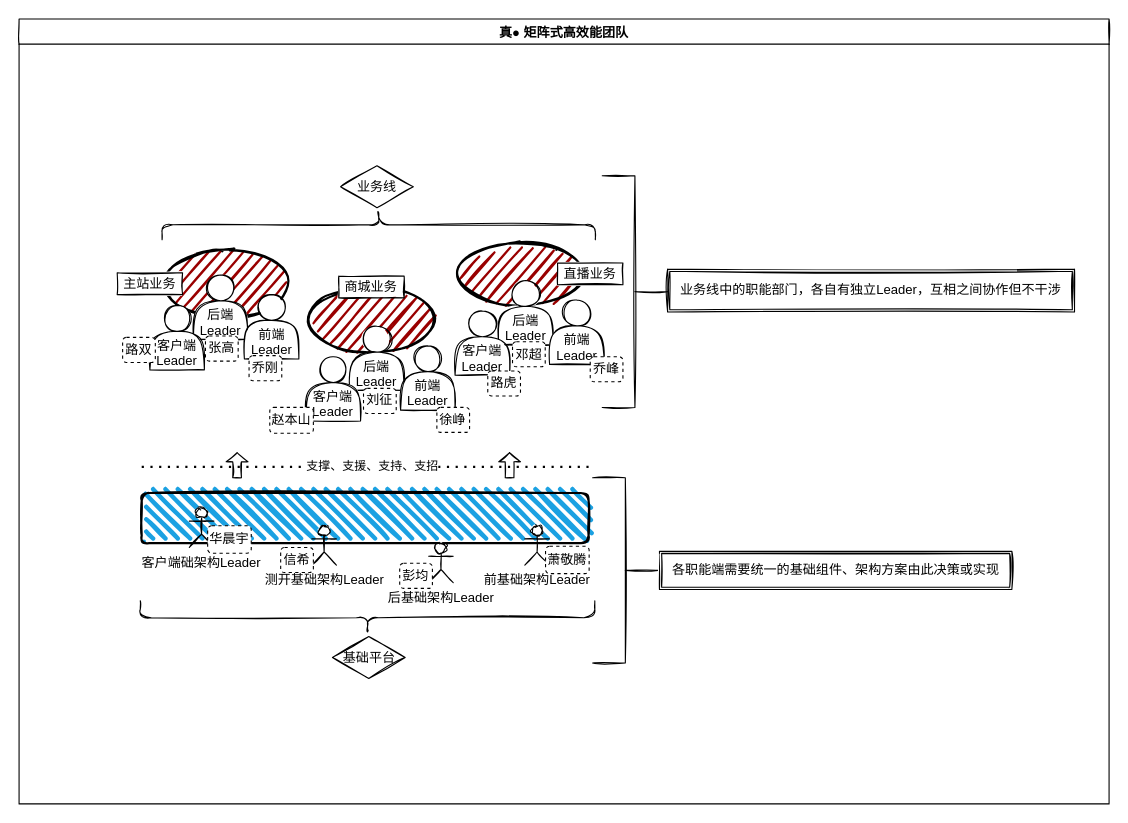
Earlier version of the draw.io diagram 真矩阵式高效能团队.drawio (sohanyu/drawio). Source tidied: cells renumbered, new cells numbered last; positions are measured from the earlier drawing's top-left corner, leaving out a move shared by most shapes. Both pictures are drawn from the tidied source at 109%, with x=0, y=0 at pixel (19, 8).
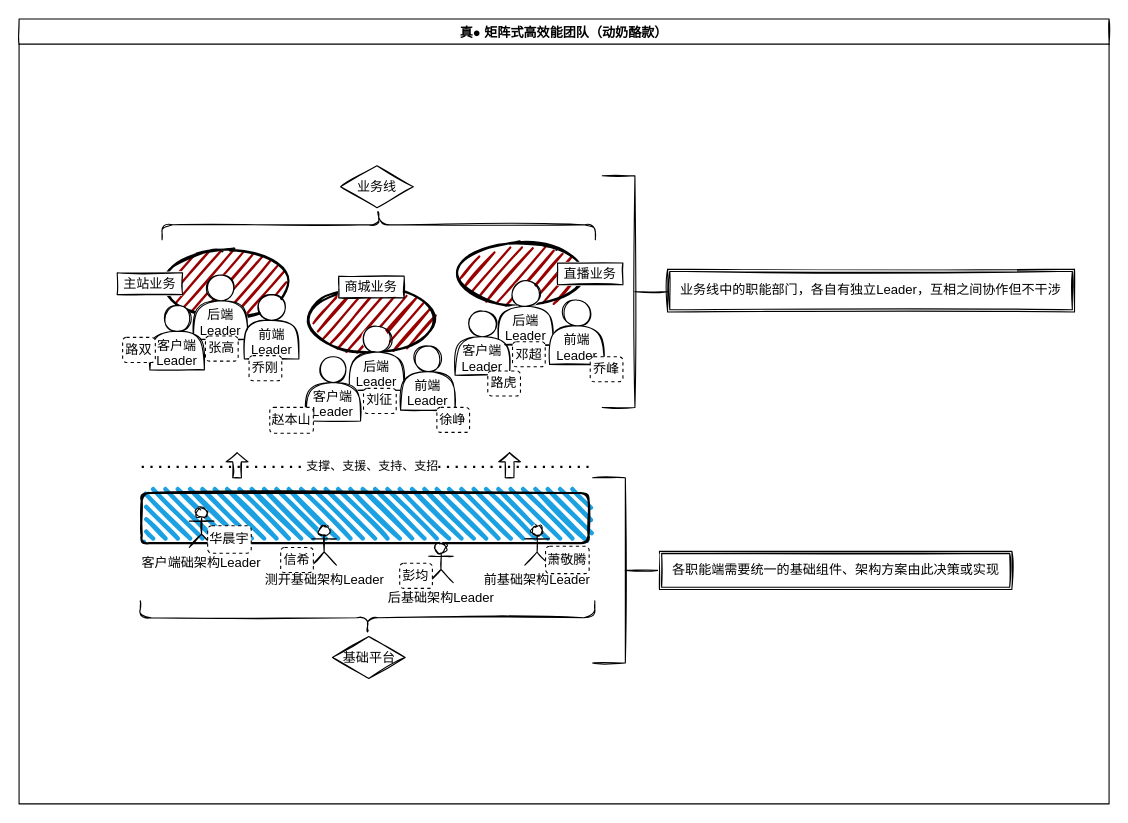
Above is the later version.

Commit message:
Update 真矩阵式高效能团队动奶酪款.drawio

What changed in the source:
```diff
@@
-    <mxCell id="8" value="真● 矩阵式高效能团队" style="swimlane;sketch=1;" parent="1" vertex="1">
+    <mxCell id="8" value="真● 矩阵式高效能团队（动奶酪款）" style="swimlane;sketch=1;" parent="1" vertex="1">
       <mxGeometry y="10" width="1000" height="720" as="geometry" />
     </mxCell>
```
